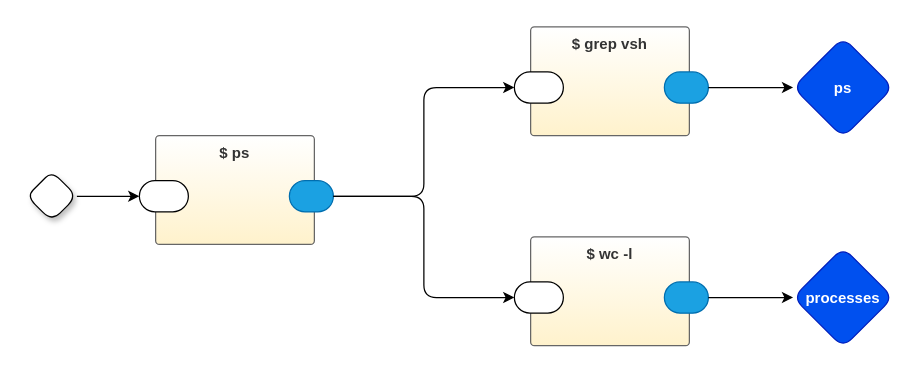
The draw.io diagram page "main" (1 of 2) of vsh0d.drawio in guitarvydas/vsh0d, before the edit. Source tidied: cells renumbered, new cells numbered last; positions are measured from the earlier drawing's top-left corner, leaving out a move shared by most shapes. Both pictures are drawn from the tidied source at 125%, with x=0, y=0 at pixel (26, 26).
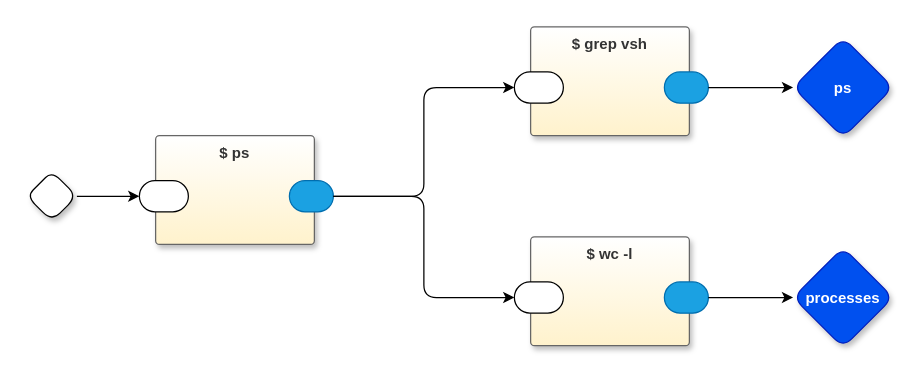
The same page after the edit.

What changed in the source:
```diff
@@
 <mxGraphModel>
   <root>
     <mxCell id="0" />
     <mxCell id="1" parent="0" />
     <mxCell id="2" style="edgeStyle=orthogonalEdgeStyle;rounded=1;jettySize=auto;html=1;exitX=1;exitY=0.5;exitDx=0;exitDy=0;exitPerimeter=0;entryX=0;entryY=0.5;entryDx=0;entryDy=0;entryPerimeter=0;" parent="1" edge="1" source="10" target="5">
       <mxGeometry relative="1" as="geometry" />
     </mxCell>
-    <mxCell id="3" value="ps" style="rhombus;whiteSpace=wrap;html=1;rounded=1;fillColor=#0050ef;fontColor=#ffffff;strokeColor=#001DBC;fontStyle=1;glass=0;sketch=0;fontSize=12;points=[[0,0.5,0,0,0],[0.5,0,0,0,0],[0.5,1,0,0,0],[1,0.5,0,0,0]];shadow=0;" parent="1" vertex="1">
+    <mxCell id="3" value="ps" style="rhombus;whiteSpace=wrap;html=1;rounded=1;fillColor=#0050ef;fontColor=#ffffff;strokeColor=#001DBC;fontStyle=1;glass=0;sketch=0;fontSize=12;points=[[0,0.5,0,0,0],[0.5,0,0,0,0],[0.5,1,0,0,0],[1,0.5,0,0,0]];shadow=1;" parent="1" vertex="1">
       <mxGeometry x="613" y="8.5" width="80" height="80" as="geometry" />
     </mxCell>
-    <mxCell id="4" value="$ ps" style="rounded=1;whiteSpace=wrap;html=1;sketch=0;verticalAlign=top;arcSize=6;fontStyle=1;absoluteArcSize=1;shadow=0;strokeColor=#666666;fillColor=#FFFFFF;fontColor=#333333;gradientColor=#FFF2CC;" parent="1" vertex="1">
+    <mxCell id="4" value="$ ps" style="rounded=1;whiteSpace=wrap;html=1;sketch=0;verticalAlign=top;arcSize=6;fontStyle=1;absoluteArcSize=1;shadow=1;strokeColor=#666666;fillColor=#FFFFFF;fontColor=#333333;gradientColor=#FFF2CC;" parent="1" vertex="1">
       <mxGeometry x="103" y="87" width="127" height="87" as="geometry" />
     </mxCell>
     <mxCell id="5" style="rounded=1;whiteSpace=wrap;html=1;sketch=0;points=[[0,0.5,0,0,0],[1,0.5,0,0,0]];arcSize=50;" parent="4" vertex="1">
       <mxGeometry x="-13" y="36" width="39.2" height="25" as="geometry" />
     </mxCell>
     <mxCell id="6" style="rounded=1;whiteSpace=wrap;html=1;sketch=0;points=[[0,0.5,0,0,0],[1,0.5,0,0,0]];fillColor=#1ba1e2;fontColor=#ffffff;strokeColor=#006EAF;arcSize=50;" parent="4" vertex="1">
       <mxGeometry x="107" y="36" width="35.2" height="25" as="geometry" />
     </mxCell>
-    <mxCell id="7" value="processes" style="rhombus;whiteSpace=wrap;html=1;rounded=1;fillColor=#0050ef;fontColor=#ffffff;strokeColor=#001DBC;fontStyle=1;glass=0;sketch=0;fontSize=12;points=[[0,0.5,0,0,0],[0.5,0,0,0,0],[0.5,1,0,0,0],[1,0.5,0,0,0]];shadow=0;" parent="1" vertex="1">
+    <mxCell id="7" value="processes" style="rhombus;whiteSpace=wrap;html=1;rounded=1;fillColor=#0050ef;fontColor=#ffffff;strokeColor=#001DBC;fontStyle=1;glass=0;sketch=0;fontSize=12;points=[[0,0.5,0,0,0],[0.5,0,0,0,0],[0.5,1,0,0,0],[1,0.5,0,0,0]];shadow=1;" parent="1" vertex="1">
       <mxGeometry x="613" y="176.5" width="80" height="80" as="geometry" />
     </mxCell>
     <mxCell id="8" style="edgeStyle=orthogonalEdgeStyle;rounded=1;jettySize=auto;html=1;exitX=1;exitY=0.5;exitDx=0;exitDy=0;exitPerimeter=0;entryX=0;entryY=0.5;entryDx=0;entryDy=0;entryPerimeter=0;curved=0;" parent="1" edge="1" source="6" target="12">
       <mxGeometry relative="1" as="geometry" />
     </mxCell>
     <mxCell id="9" style="edgeStyle=orthogonalEdgeStyle;rounded=1;jettySize=auto;html=1;exitX=1;exitY=0.5;exitDx=0;exitDy=0;exitPerimeter=0;entryX=0;entryY=0.5;entryDx=0;entryDy=0;entryPerimeter=0;" parent="1" edge="1" source="6" target="15">
       <mxGeometry relative="1" as="geometry" />
     </mxCell>
     <mxCell id="10" style="rhombus;whiteSpace=wrap;html=1;rounded=1;fontStyle=1;glass=0;sketch=0;fontSize=12;points=[[0,0.5,0,0,0],[0.5,0,0,0,0],[0.5,1,0,0,0],[1,0.5,0,0,0]];shadow=1;" parent="1" vertex="1">
       <mxGeometry y="115.5" width="40" height="40" as="geometry" />
     </mxCell>
-    <mxCell id="11" value="$ grep vsh" style="rounded=1;whiteSpace=wrap;html=1;sketch=0;verticalAlign=top;arcSize=6;fontStyle=1;absoluteArcSize=1;shadow=0;strokeColor=#666666;fillColor=#FFFFFF;fontColor=#333333;gradientColor=#FFF2CC;" parent="1" vertex="1">
+    <mxCell id="11" value="$ grep vsh" style="rounded=1;whiteSpace=wrap;html=1;sketch=0;verticalAlign=top;arcSize=6;fontStyle=1;absoluteArcSize=1;shadow=1;strokeColor=#666666;fillColor=#FFFFFF;fontColor=#333333;gradientColor=#FFF2CC;" parent="1" vertex="1">
       <mxGeometry x="403" width="127" height="87" as="geometry" />
     </mxCell>
     <mxCell id="12" style="rounded=1;whiteSpace=wrap;html=1;sketch=0;points=[[0,0.5,0,0,0],[1,0.5,0,0,0]];arcSize=50;" parent="11" vertex="1">
       <mxGeometry x="-13" y="36" width="39.2" height="25" as="geometry" />
     </mxCell>
     <mxCell id="13" style="rounded=1;whiteSpace=wrap;html=1;sketch=0;points=[[0,0.5,0,0,0],[1,0.5,0,0,0]];fillColor=#1ba1e2;fontColor=#ffffff;strokeColor=#006EAF;arcSize=50;" parent="11" vertex="1">
       <mxGeometry x="107" y="36" width="35.2" height="25" as="geometry" />
     </mxCell>
-    <mxCell id="14" value="$ wc -l" style="rounded=1;whiteSpace=wrap;html=1;sketch=0;verticalAlign=top;arcSize=6;fontStyle=1;absoluteArcSize=1;shadow=0;strokeColor=#666666;fillColor=#FFFFFF;fontColor=#333333;gradientColor=#FFF2CC;" parent="1" vertex="1">
+    <mxCell id="14" value="$ wc -l" style="rounded=1;whiteSpace=wrap;html=1;sketch=0;verticalAlign=top;arcSize=6;fontStyle=1;absoluteArcSize=1;shadow=1;strokeColor=#666666;fillColor=#FFFFFF;fontColor=#333333;gradientColor=#FFF2CC;" parent="1" vertex="1">
       <mxGeometry x="403" y="168" width="127" height="87" as="geometry" />
     </mxCell>
     <mxCell id="15" style="rounded=1;whiteSpace=wrap;html=1;sketch=0;points=[[0,0.5,0,0,0],[1,0.5,0,0,0]];arcSize=50;" parent="14" vertex="1">
       <mxGeometry x="-13" y="36" width="39.2" height="25" as="geometry" />
     </mxCell>
     <mxCell id="16" style="rounded=1;whiteSpace=wrap;html=1;sketch=0;points=[[0,0.5,0,0,0],[1,0.5,0,0,0]];fillColor=#1ba1e2;fontColor=#ffffff;strokeColor=#006EAF;arcSize=50;" parent="14" vertex="1">
       <mxGeometry x="107" y="36" width="35.2" height="25" as="geometry" />
     </mxCell>
     <mxCell id="17" style="edgeStyle=orthogonalEdgeStyle;rounded=0;jettySize=auto;html=1;exitX=1;exitY=0.5;exitDx=0;exitDy=0;exitPerimeter=0;entryX=0;entryY=0.5;entryDx=0;entryDy=0;entryPerimeter=0;" parent="1" edge="1" source="16" target="7">
       <mxGeometry relative="1" as="geometry" />
     </mxCell>
     <mxCell id="18" style="edgeStyle=orthogonalEdgeStyle;rounded=0;jettySize=auto;html=1;" parent="1" edge="1" source="13" target="3">
       <mxGeometry relative="1" as="geometry" />
     </mxCell>
   </root>
 </mxGraphModel>
```
